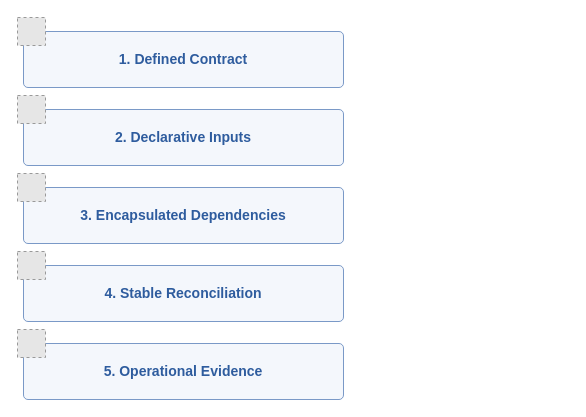
Earlier version of the draw.io diagram page "Fig 6 – Five factors" (6 of 11) of diagrams/pcf-community-draft.drawio (missBerg/platform-capabilities). Source tidied: cells renumbered, new cells numbered last; positions are measured from the earlier drawing's top-left corner, leaving out a move shared by most shapes. Both pictures are drawn from the tidied source at 100%, with x=0, y=0 at pixel (17, 17). Pictures stored in the file or linked from it are replaced by grey dashed boxes.
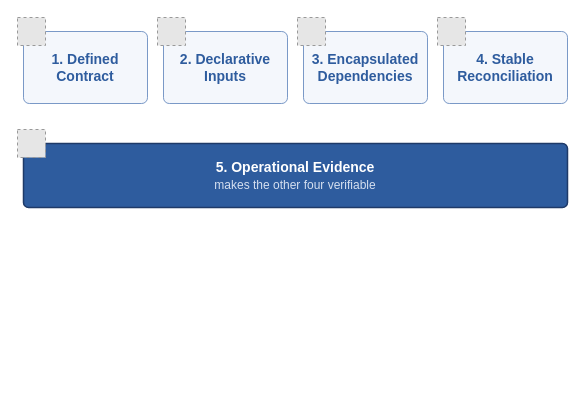
Above is the later version.

The edit, as a diff of the source:
```diff
@@
 <mxGraphModel>
   <root>
     <mxCell id="0" />
     <mxCell id="1" parent="0" />
     <mxCell id="2" value="&lt;b&gt;1. Defined Contract&lt;/b&gt;" style="rounded=1;whiteSpace=wrap;html=1;arcSize=8;fillColor=#F4F7FC;strokeColor=#7A99C7;strokeWidth=1;fontColor=#2E5C9E;fontFamily=Helvetica;fontSize=14;align=center;verticalAlign=middle;shadow=0;" parent="1" vertex="1">
-      <mxGeometry x="6" y="14" width="320" height="56" as="geometry" />
+      <mxGeometry x="6" y="14" width="124" height="72" as="geometry" />
     </mxCell>
     <mxCell id="3" style="fillColor=#E6E6E6;strokeColor=#999999;dashed=1;verticalLabelPosition=bottom;verticalAlign=top;align=center;fontFamily=Helvetica;fontSize=14;fontColor=#1F3A68;" parent="1" vertex="1">
       <mxGeometry width="28" height="28" as="geometry" />
     </mxCell>
     <mxCell id="4" value="&lt;b&gt;2. Declarative Inputs&lt;/b&gt;" style="rounded=1;whiteSpace=wrap;html=1;arcSize=8;fillColor=#F4F7FC;strokeColor=#7A99C7;strokeWidth=1;fontColor=#2E5C9E;fontFamily=Helvetica;fontSize=14;align=center;verticalAlign=middle;shadow=0;" parent="1" vertex="1">
-      <mxGeometry x="6" y="92" width="320" height="56" as="geometry" />
+      <mxGeometry x="146" y="14" width="124" height="72" as="geometry" />
     </mxCell>
     <mxCell id="5" style="fillColor=#E6E6E6;strokeColor=#999999;dashed=1;verticalLabelPosition=bottom;verticalAlign=top;align=center;fontFamily=Helvetica;fontSize=14;fontColor=#1F3A68;" parent="1" vertex="1">
-      <mxGeometry y="78" width="28" height="28" as="geometry" />
+      <mxGeometry x="140" width="28" height="28" as="geometry" />
     </mxCell>
     <mxCell id="6" value="&lt;b&gt;3. Encapsulated Dependencies&lt;/b&gt;" style="rounded=1;whiteSpace=wrap;html=1;arcSize=8;fillColor=#F4F7FC;strokeColor=#7A99C7;strokeWidth=1;fontColor=#2E5C9E;fontFamily=Helvetica;fontSize=14;align=center;verticalAlign=middle;shadow=0;" parent="1" vertex="1">
-      <mxGeometry x="6" y="170" width="320" height="56" as="geometry" />
+      <mxGeometry x="286" y="14" width="124" height="72" as="geometry" />
     </mxCell>
     <mxCell id="7" style="fillColor=#E6E6E6;strokeColor=#999999;dashed=1;verticalLabelPosition=bottom;verticalAlign=top;align=center;fontFamily=Helvetica;fontSize=14;fontColor=#1F3A68;" parent="1" vertex="1">
-      <mxGeometry y="156" width="28" height="28" as="geometry" />
+      <mxGeometry x="280" width="28" height="28" as="geometry" />
     </mxCell>
     <mxCell id="8" value="&lt;b&gt;4. Stable Reconciliation&lt;/b&gt;" style="rounded=1;whiteSpace=wrap;html=1;arcSize=8;fillColor=#F4F7FC;strokeColor=#7A99C7;strokeWidth=1;fontColor=#2E5C9E;fontFamily=Helvetica;fontSize=14;align=center;verticalAlign=middle;shadow=0;" parent="1" vertex="1">
-      <mxGeometry x="6" y="248" width="320" height="56" as="geometry" />
+      <mxGeometry x="426" y="14" width="124" height="72" as="geometry" />
     </mxCell>
     <mxCell id="9" style="fillColor=#E6E6E6;strokeColor=#999999;dashed=1;verticalLabelPosition=bottom;verticalAlign=top;align=center;fontFamily=Helvetica;fontSize=14;fontColor=#1F3A68;" parent="1" vertex="1">
-      <mxGeometry y="234" width="28" height="28" as="geometry" />
+      <mxGeometry x="420" width="28" height="28" as="geometry" />
     </mxCell>
-    <mxCell id="10" value="&lt;b&gt;5. Operational Evidence&lt;/b&gt;" style="rounded=1;whiteSpace=wrap;html=1;arcSize=8;fillColor=#F4F7FC;strokeColor=#7A99C7;strokeWidth=1;fontColor=#2E5C9E;fontFamily=Helvetica;fontSize=14;align=center;verticalAlign=middle;shadow=0;" parent="1" vertex="1">
-      <mxGeometry x="6" y="326" width="320" height="56" as="geometry" />
+    <mxCell id="10" value="&lt;b&gt;5. Operational Evidence&lt;/b&gt;&lt;br&gt;&lt;font style=&quot;font-size: 12px&quot; color=&quot;#D6E0F0&quot;&gt;makes the other four verifiable&lt;/font&gt;" style="rounded=1;whiteSpace=wrap;html=1;arcSize=8;fillColor=#2E5C9E;strokeColor=#1F3A68;strokeWidth=1.5;fontColor=#FFFFFF;fontFamily=Helvetica;fontSize=14;align=center;verticalAlign=middle;shadow=0;" parent="1" vertex="1">
+      <mxGeometry x="6" y="126" width="544" height="64" as="geometry" />
     </mxCell>
     <mxCell id="11" style="fillColor=#E6E6E6;strokeColor=#999999;dashed=1;verticalLabelPosition=bottom;verticalAlign=top;align=center;fontFamily=Helvetica;fontSize=14;fontColor=#1F3A68;" parent="1" vertex="1">
-      <mxGeometry y="312" width="28" height="28" as="geometry" />
+      <mxGeometry y="112" width="28" height="28" as="geometry" />
     </mxCell>
   </root>
 </mxGraphModel>
```
